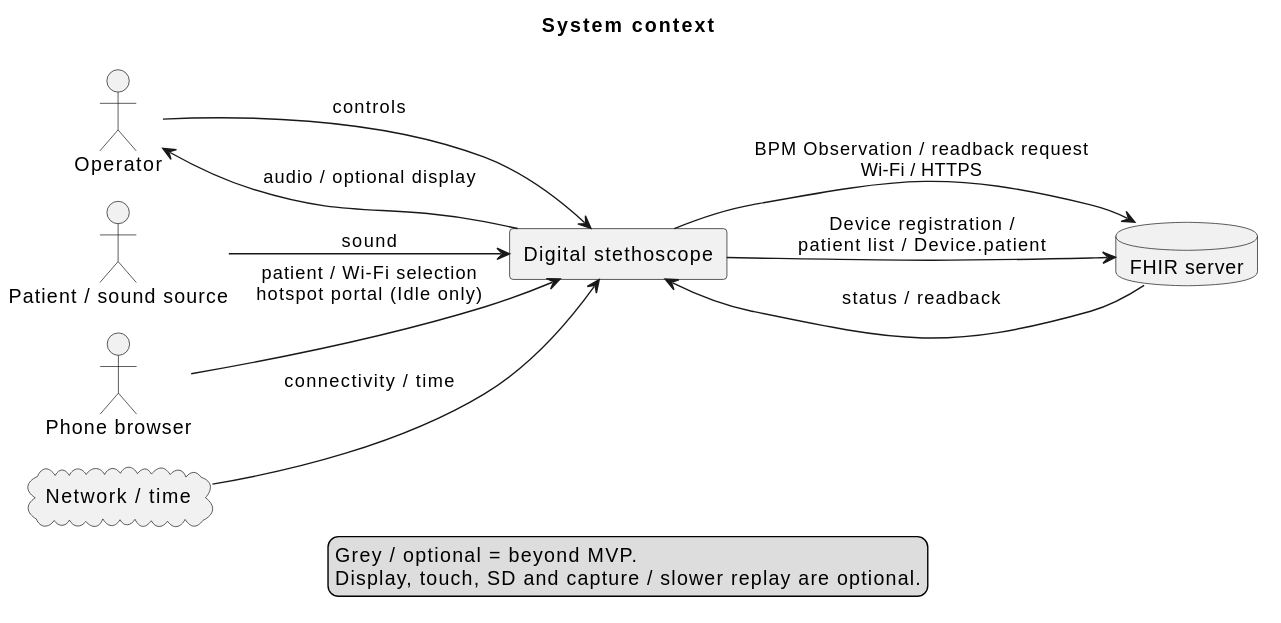
Above: Development/system/architecture/rendered/system_context.svg in DemonicPsychoII/DigitalStethoscope (PlantUML), before the change.
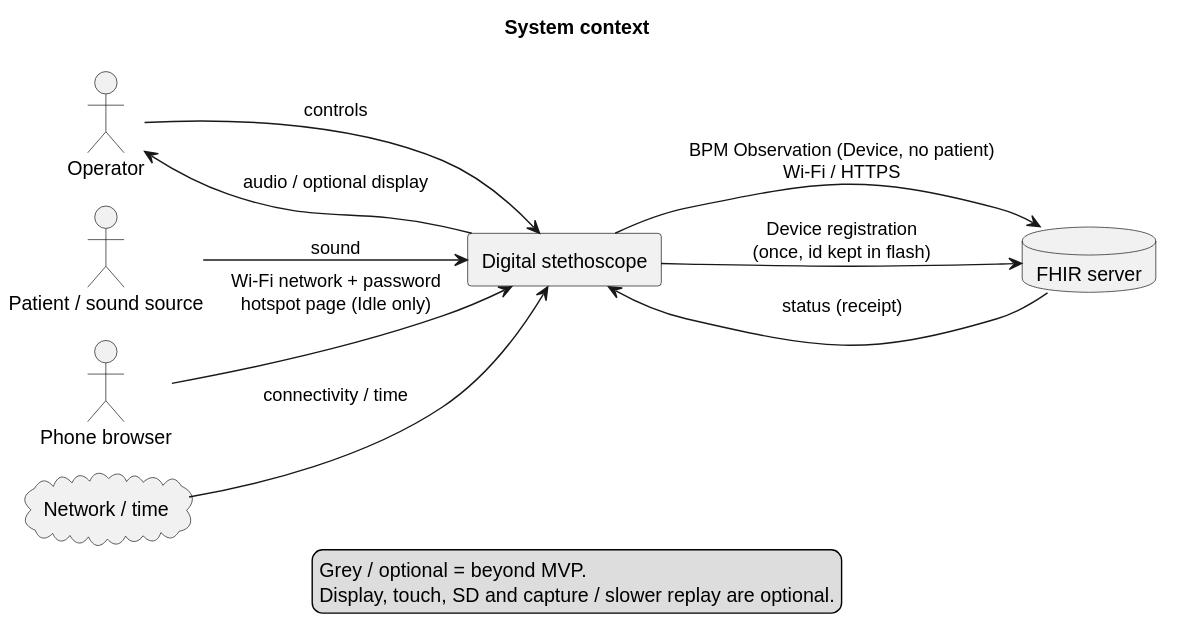
The same diagram one commit later.

What changed in the source:
```diff
@@ -24,11 +24,11 @@
 source --> device : sound
 operator --> device : controls
 device --> operator : audio / optional display
-device --> fhir : BPM Observation / readback request\nWi-Fi / HTTPS
-fhir --> device : status / readback
+device --> fhir : BPM Observation (Device, no patient)\nWi-Fi / HTTPS
+fhir --> device : status (receipt)
 net --> device : connectivity / time
-phone --> device : patient / Wi-Fi selection\nhotspot portal (Idle only)
-device --> fhir : Device registration /\npatient list / Device.patient
+phone --> device : Wi-Fi network + password\nhotspot page (Idle only)
+device --> fhir : Device registration\n(once, id kept in flash)
 legend bottom
   Grey / optional = beyond MVP.
   Display, touch, SD and capture / slower replay are optional.
```
